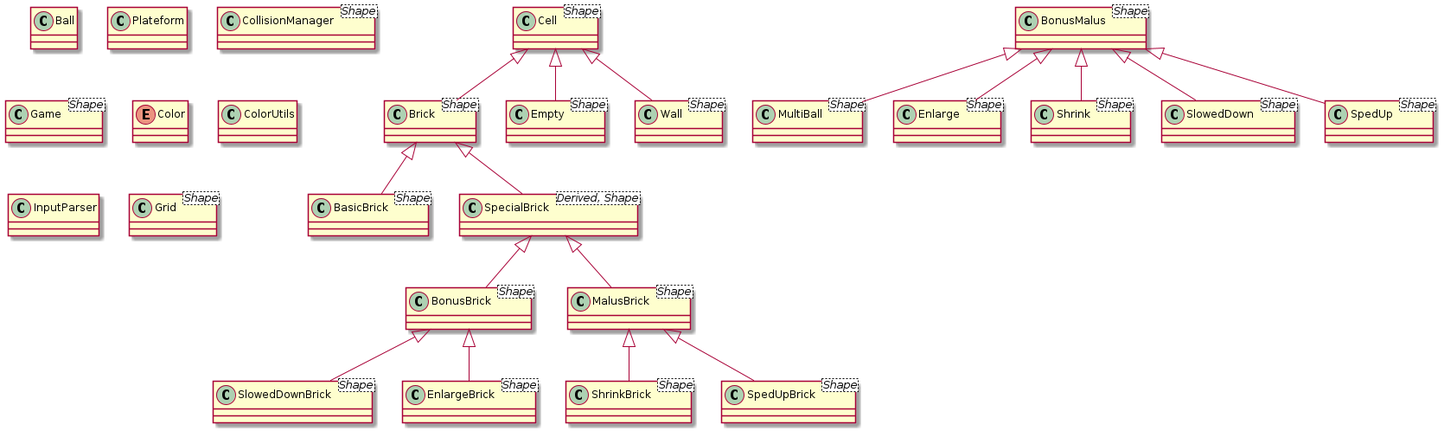
Before: diagramme.png, a diagram exported from PlantUML (charlottekruzic/cpp-brick-breaker). Its source is kept beside it as diagramme.puml.
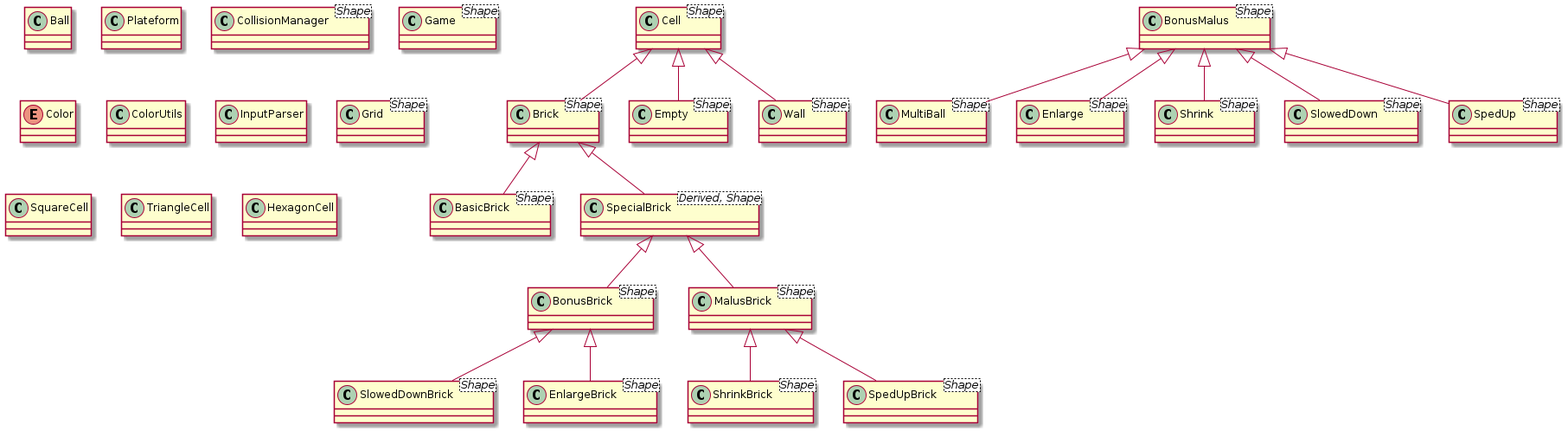
Later version of the same file.

Diff of the diagram source:
```diff
@@ -59,4 +59,8 @@
 BonusMalus <|-- SpedUp
 
 
+class SquareCell
+class TriangleCell
+class HexagonCell
+
 @enduml
```
